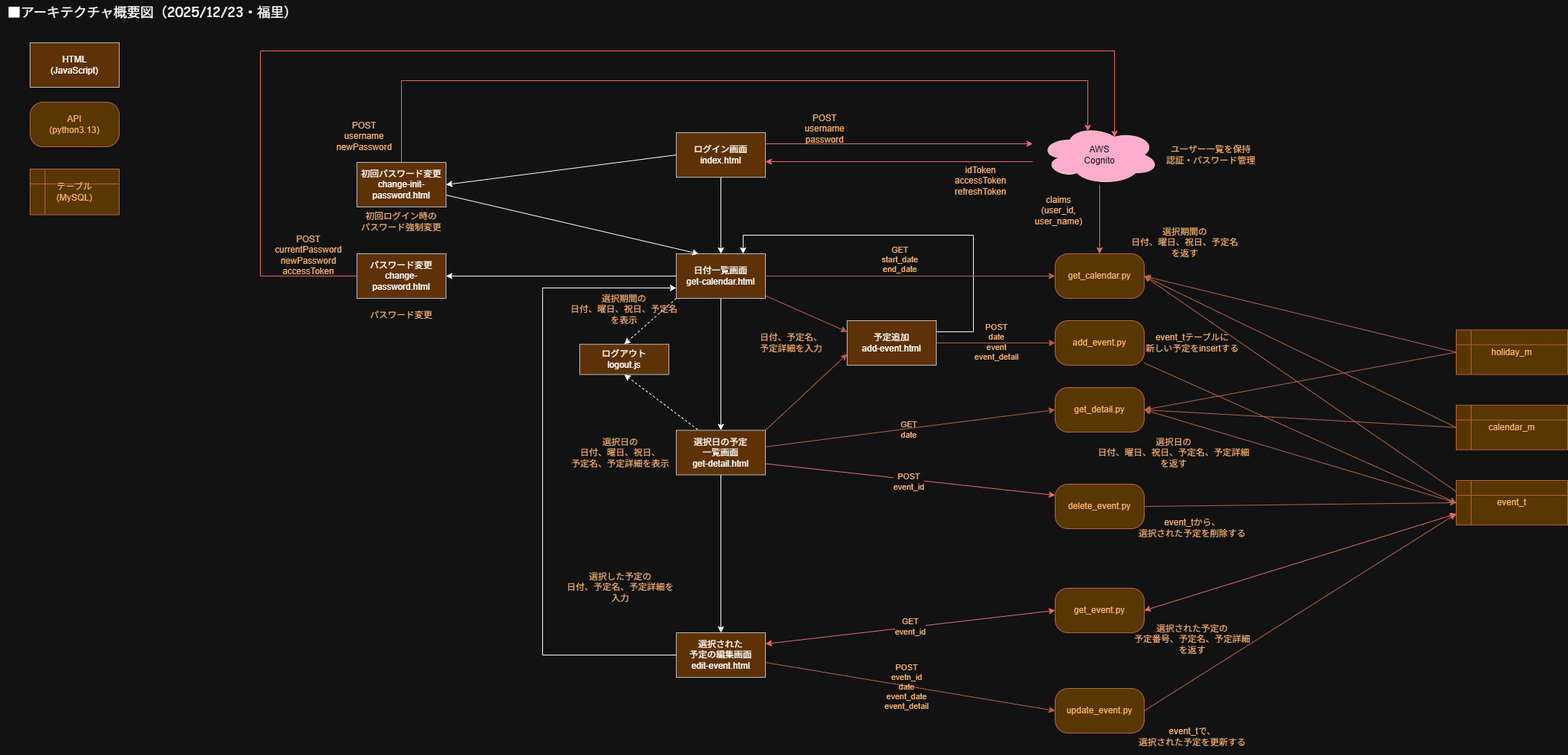
This is my-schedule-app_アーキテクチャ概要図.png from takafukuz/my-schedule-app-cdk, a draw.io export, as it was before one commit. Source tidied: cells renumbered, new cells last; positions are measured from the earlier drawing's top-left corner, leaving out a move shared by most shapes.
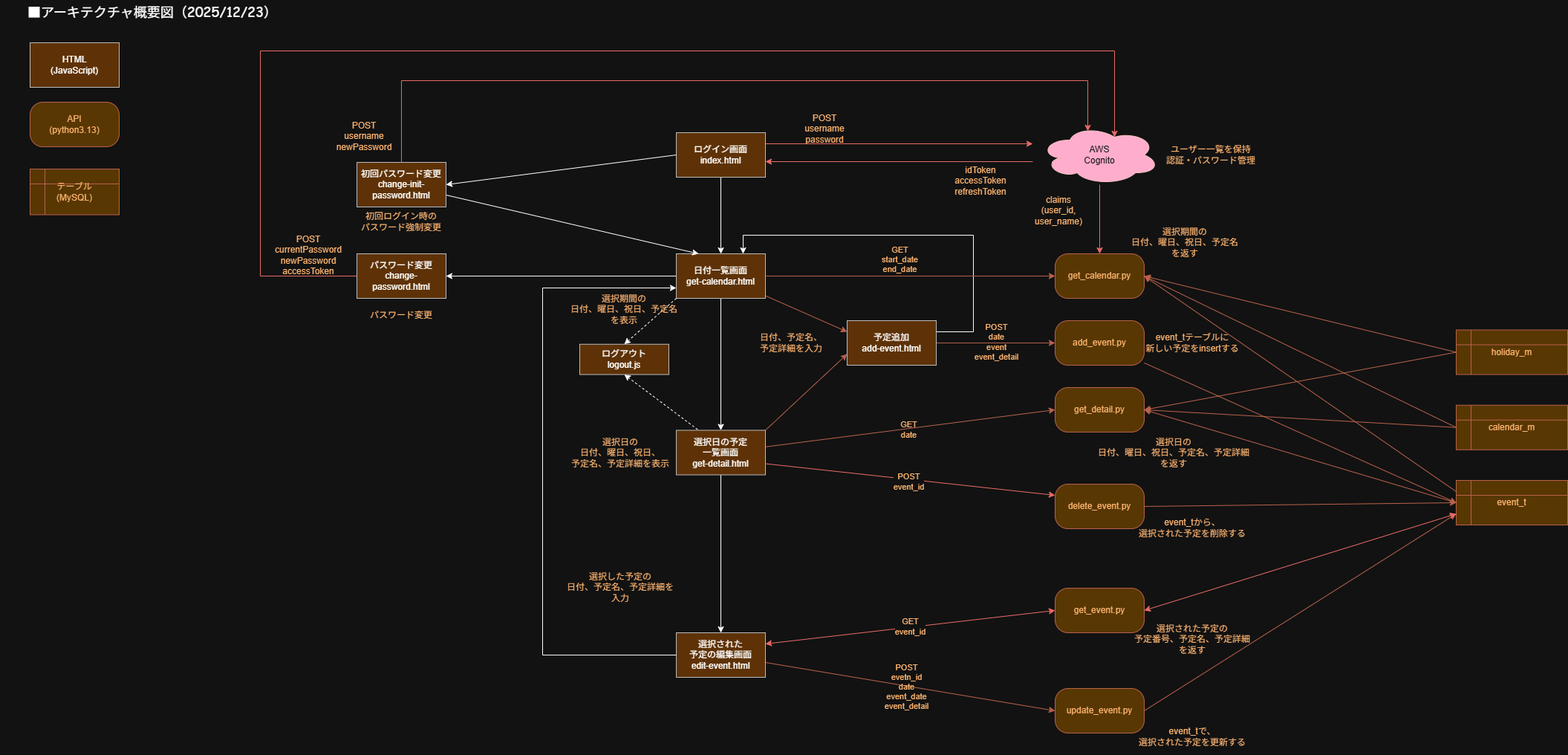
Later version of the same file.

What changed in the source:
```diff
@@ -266,7 +266,7 @@
     <mxCell id="79" value="テーブル&lt;div&gt;(MySQL)&lt;/div&gt;" style="shape=internalStorage;whiteSpace=wrap;html=1;backgroundOutline=1;hachureGap=4;fontFamily=Helvetica;labelBackgroundColor=none;fillColor=#F2CC8F;strokeColor=#E07A5F;fontColor=light-dark(#000000,#FFB570);" parent="1" vertex="1">
       <mxGeometry x="40" y="227" width="120" height="61.5" as="geometry" />
     </mxCell>
-    <mxCell id="80" value="■アーキテクチャ概要図（2025/12/23・福里）" style="text;html=1;whiteSpace=wrap;strokeColor=none;fillColor=none;align=center;verticalAlign=middle;rounded=0;fontSize=18;labelBorderColor=none;fontFamily=Comic Sans MS;" parent="1" vertex="1">
+    <mxCell id="80" value="■アーキテクチャ概要図（2025/12/23）" style="text;html=1;whiteSpace=wrap;strokeColor=none;fillColor=none;align=center;verticalAlign=middle;rounded=0;fontSize=18;labelBorderColor=none;fontFamily=Comic Sans MS;" parent="1" vertex="1">
       <mxGeometry width="410" height="30" as="geometry" />
     </mxCell>
   </root>
```
